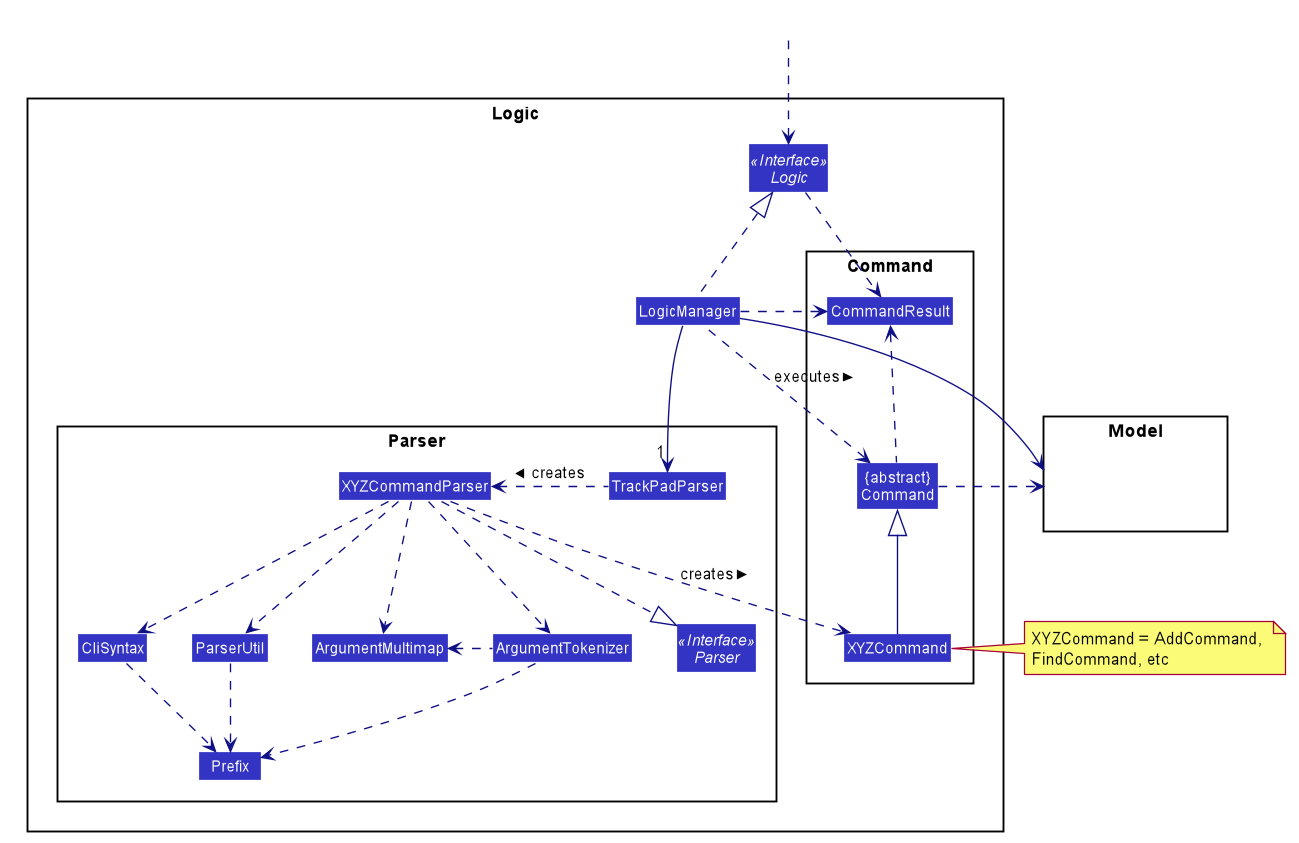
Above: docs/images/devguideimages/LogicClassDiagram.png in yuxuanxc/tp (PlantUML), before the change.
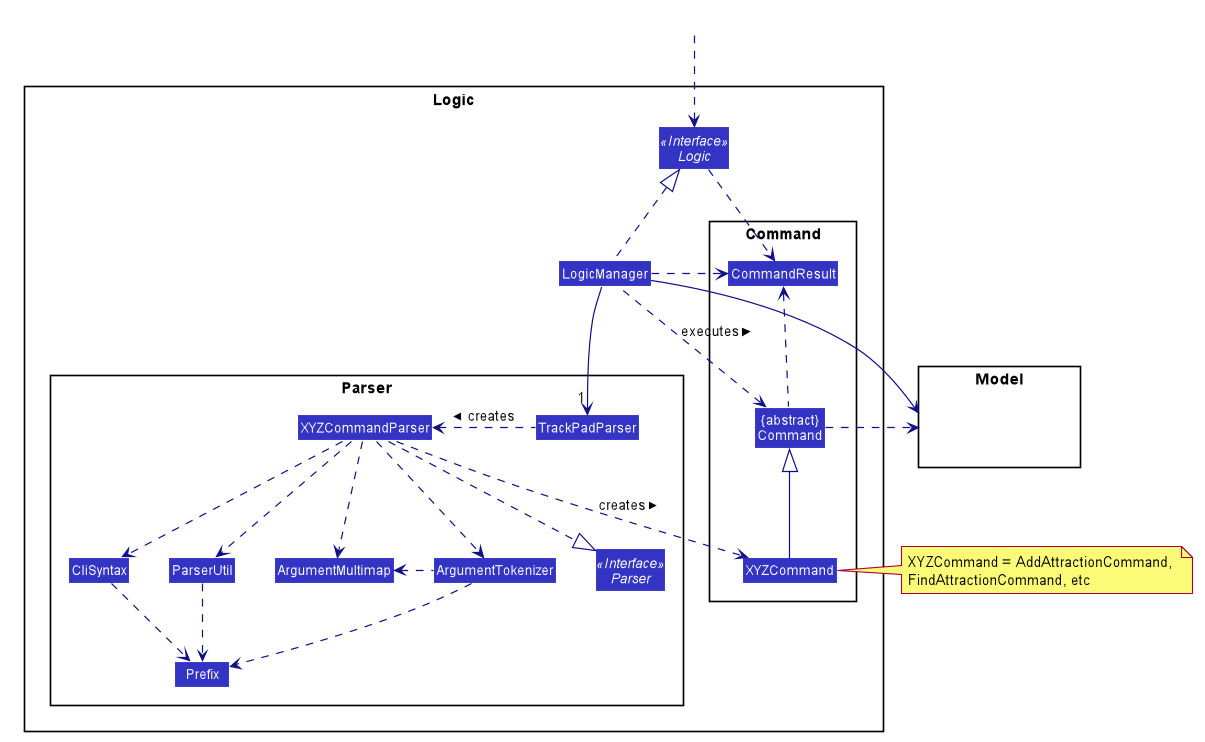
After the commit.

Commit message:
Update UML diagram.

Diff of the diagram source:
```diff
@@ -100,7 +100,7 @@
 
 LogicManager --> Model
 Command .right.> Model
-note right of XYZCommand: XYZCommand = AddCommand, \nFindCommand, etc
+note right of XYZCommand: XYZCommand = AddAttractionCommand, \nFindAttractionCommand, etc
 
 Logic ..> CommandResult
 LogicManager .down.> CommandResult
```
